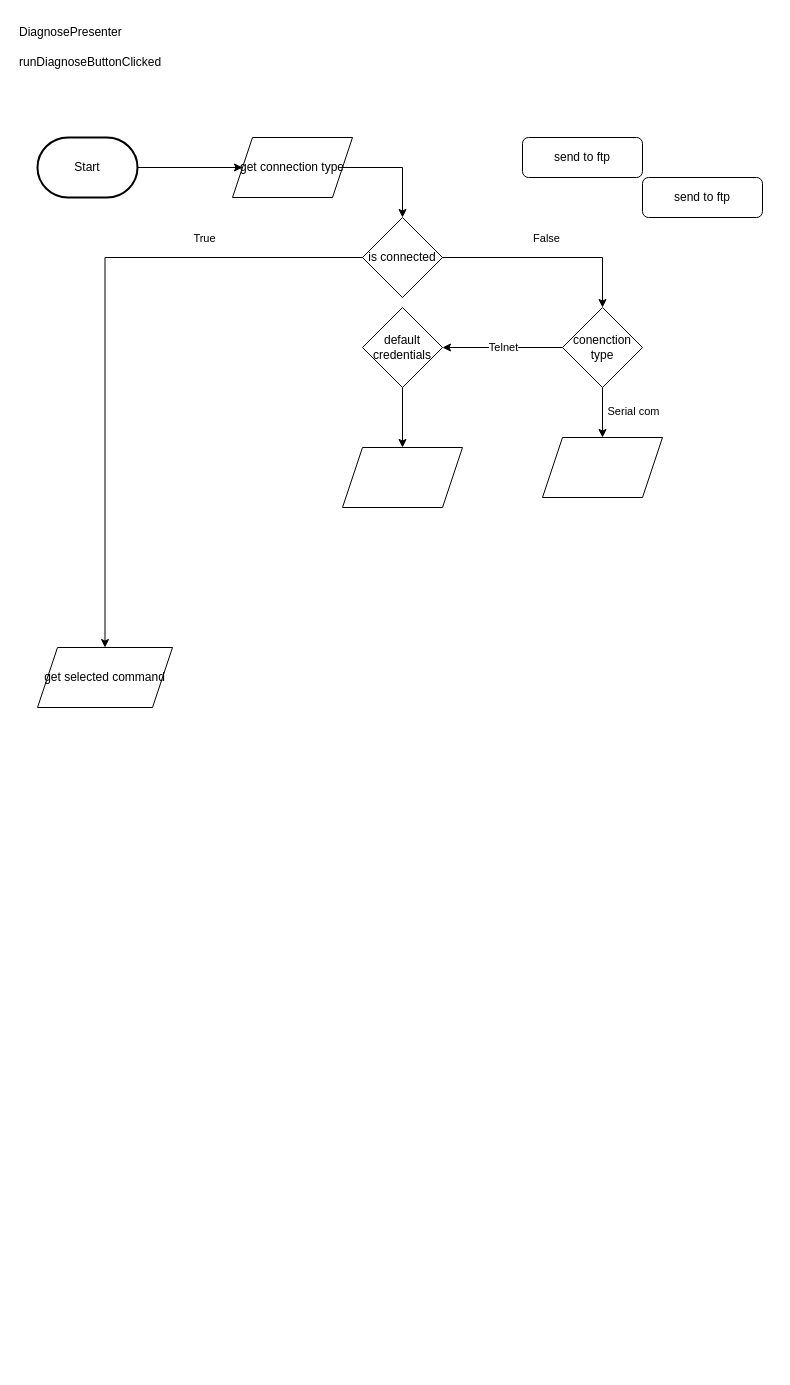
nicnike/Uml keeps this draw.io diagram as FlowChart/Diagnose/Diagnose.drawio. Above is the earlier version. Source tidied: cells renumbered, new cells numbered last; positions are measured from the earlier drawing's top-left corner, leaving out a move shared by most shapes. Both pictures are drawn from the tidied source at 100%, with x=0, y=0 at pixel (17, 17).
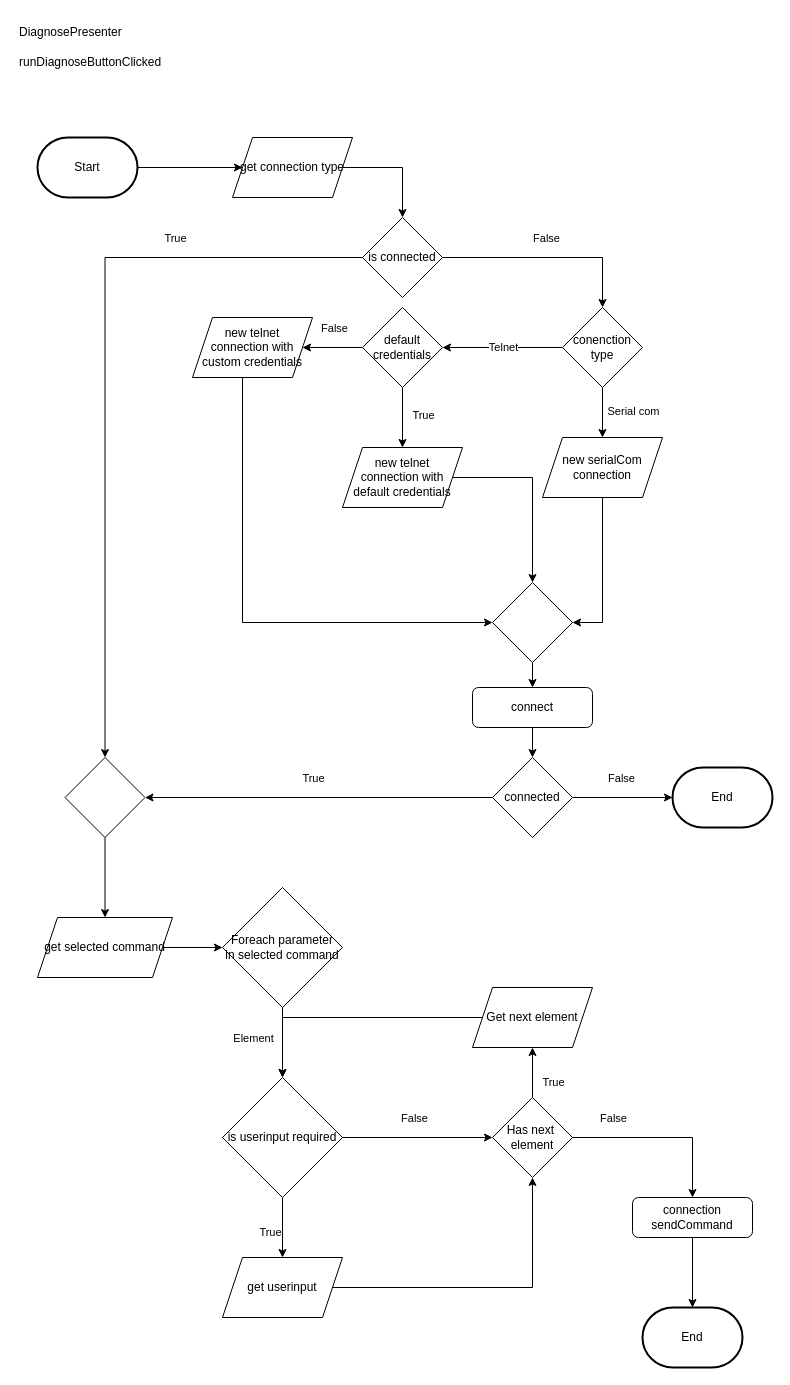
The same diagram, later.

Unchanged cells that the change refers to:
```xml
<mxCell id="12" value="is connected" style="rhombus;whiteSpace=wrap;html=1;" parent="1" vertex="1">
  <mxGeometry x="345" y="200" width="80" height="80" as="geometry" />
</mxCell>
<mxCell id="23" style="edgeStyle=orthogonalEdgeStyle;rounded=0;jettySize=auto;html=1;entryX=0.5;entryY=0;entryDx=0;entryDy=0;" parent="1" edge="1" source="24" target="21">
  <mxGeometry relative="1" as="geometry" />
</mxCell>
<mxCell id="24" value="default &lt;br&gt;credentials" style="rhombus;whiteSpace=wrap;html=1;" parent="1" vertex="1">
  <mxGeometry x="345" y="290" width="80" height="80" as="geometry" />
</mxCell>
```

The edit, as a diff of the source:
```diff
@@
-    <mxCell id="10" style="edgeStyle=orthogonalEdgeStyle;rounded=0;jettySize=auto;html=1;entryX=0.5;entryY=0;entryDx=0;entryDy=0;" parent="1" edge="1" source="12" target="14">
+    <mxCell id="10" style="edgeStyle=orthogonalEdgeStyle;rounded=0;jettySize=auto;html=1;entryX=0.5;entryY=0;entryDx=0;entryDy=0;" parent="1" edge="1" source="12" target="40">
       <mxGeometry relative="1" as="geometry" />
     </mxCell>
@@
+    <mxCell id="25" style="edgeStyle=orthogonalEdgeStyle;rounded=0;jettySize=auto;html=1;entryX=0.5;entryY=0;entryDx=0;entryDy=0;entryPerimeter=0;" parent="1" edge="1" source="13" target="62">
+      <mxGeometry relative="1" as="geometry" />
+    </mxCell>
-    <mxCell id="13" value="send to ftp" style="rounded=1;whiteSpace=wrap;html=1;fontSize=12;glass=0;strokeWidth=1;shadow=0;" parent="1" vertex="1">
-      <mxGeometry x="625" y="160" width="120" height="40" as="geometry" />
+    <mxCell id="13" value="connection sendCommand" style="rounded=1;whiteSpace=wrap;html=1;fontSize=12;glass=0;strokeWidth=1;shadow=0;" parent="1" vertex="1">
+      <mxGeometry x="615" y="1180" width="120" height="40" as="geometry" />
     </mxCell>
+    <mxCell id="26" style="edgeStyle=orthogonalEdgeStyle;rounded=0;jettySize=auto;html=1;entryX=0;entryY=0.5;entryDx=0;entryDy=0;" parent="1" edge="1" source="14" target="43">
+      <mxGeometry relative="1" as="geometry" />
+    </mxCell>
     <mxCell id="14" value="get selected command" style="shape=parallelogram;perimeter=parallelogramPerimeter;whiteSpace=wrap;html=1;fixedSize=1;" parent="1" vertex="1">
-      <mxGeometry x="20" y="630" width="135" height="60" as="geometry" />
+      <mxGeometry x="20" y="900" width="135" height="60" as="geometry" />
     </mxCell>
@@
+    <mxCell id="27" style="edgeStyle=orthogonalEdgeStyle;rounded=0;jettySize=auto;html=1;entryX=1;entryY=0.5;entryDx=0;entryDy=0;exitX=0;exitY=0.5;exitDx=0;exitDy=0;" parent="1" edge="1" source="58" target="40">
+      <mxGeometry relative="1" as="geometry" />
+    </mxCell>
+    <mxCell id="28" value="True" style="edgeLabel;html=1;align=center;verticalAlign=middle;" parent="27" vertex="1">
+      <mxGeometry x="0.02" y="-4" relative="1" as="geometry">
+        <mxPoint x="-3" y="-16" as="offset" />
+      </mxGeometry>
+    </mxCell>
+    <mxCell id="29" style="edgeStyle=orthogonalEdgeStyle;rounded=0;jettySize=auto;html=1;" parent="1" edge="1" source="20" target="58">
+      <mxGeometry relative="1" as="geometry" />
+    </mxCell>
-    <mxCell id="20" value="send to ftp" style="rounded=1;whiteSpace=wrap;html=1;fontSize=12;glass=0;strokeWidth=1;shadow=0;" parent="1" vertex="1">
-      <mxGeometry x="505" y="120" width="120" height="40" as="geometry" />
+    <mxCell id="20" value="connect" style="rounded=1;whiteSpace=wrap;html=1;fontSize=12;glass=0;strokeWidth=1;shadow=0;" parent="1" vertex="1">
+      <mxGeometry x="455" y="670" width="120" height="40" as="geometry" />
     </mxCell>
+    <mxCell id="30" style="edgeStyle=orthogonalEdgeStyle;rounded=0;jettySize=auto;html=1;entryX=0.5;entryY=0;entryDx=0;entryDy=0;" parent="1" edge="1" source="21" target="38">
+      <mxGeometry relative="1" as="geometry" />
+    </mxCell>
-    <mxCell id="21" style="shape=parallelogram;perimeter=parallelogramPerimeter;whiteSpace=wrap;html=1;fixedSize=1;" parent="1" vertex="1">
+    <mxCell id="21" value="&lt;div&gt;new telnet&lt;/div&gt;&lt;div&gt;connection with &lt;br&gt;&lt;/div&gt;&lt;div&gt;default credentials&lt;br&gt;&lt;/div&gt;" style="shape=parallelogram;perimeter=parallelogramPerimeter;whiteSpace=wrap;html=1;fixedSize=1;" parent="1" vertex="1">
       <mxGeometry x="325" y="430" width="120" height="60" as="geometry" />
     </mxCell>
+    <mxCell id="31" style="edgeStyle=orthogonalEdgeStyle;rounded=0;jettySize=auto;html=1;entryX=1;entryY=0.5;entryDx=0;entryDy=0;exitX=0.5;exitY=1;exitDx=0;exitDy=0;" parent="1" edge="1" source="22" target="38">
+      <mxGeometry relative="1" as="geometry" />
+    </mxCell>
-    <mxCell id="22" style="shape=parallelogram;perimeter=parallelogramPerimeter;whiteSpace=wrap;html=1;fixedSize=1;" parent="1" vertex="1">
+    <mxCell id="22" value="&lt;div&gt;new serialCom&lt;/div&gt;&lt;div&gt;connection&lt;br&gt;&lt;/div&gt;" style="shape=parallelogram;perimeter=parallelogramPerimeter;whiteSpace=wrap;html=1;fixedSize=1;" parent="1" vertex="1">
       <mxGeometry x="525" y="420" width="120" height="60" as="geometry" />
     </mxCell>
@@
+    <mxCell id="32" value="True" style="edgeLabel;html=1;align=center;verticalAlign=middle;" parent="23" vertex="1">
+      <mxGeometry x="-0.1" relative="1" as="geometry">
+        <mxPoint x="20" as="offset" />
+      </mxGeometry>
+    </mxCell>
+    <mxCell id="33" style="edgeStyle=orthogonalEdgeStyle;rounded=0;jettySize=auto;html=1;entryX=1;entryY=0.5;entryDx=0;entryDy=0;" parent="1" edge="1" source="24" target="36">
+      <mxGeometry relative="1" as="geometry" />
+    </mxCell>
+    <mxCell id="34" value="False" style="edgeLabel;html=1;align=center;verticalAlign=middle;" parent="33" vertex="1">
+      <mxGeometry x="-0.03" y="1" relative="1" as="geometry">
+        <mxPoint y="-21" as="offset" />
+      </mxGeometry>
+    </mxCell>
@@
+    <mxCell id="35" style="edgeStyle=orthogonalEdgeStyle;rounded=0;jettySize=auto;html=1;entryX=0;entryY=0.5;entryDx=0;entryDy=0;" parent="1" edge="1" source="36" target="38">
+      <mxGeometry relative="1" as="geometry">
+        <Array as="points">
+          <mxPoint x="225" y="605" />
+        </Array>
+      </mxGeometry>
+    </mxCell>
+    <mxCell id="36" value="&lt;div&gt;new telnet&lt;/div&gt;&lt;div&gt;connection with &lt;br&gt;&lt;/div&gt;&lt;div&gt;custom credentials&lt;br&gt;&lt;/div&gt;" style="shape=parallelogram;perimeter=parallelogramPerimeter;whiteSpace=wrap;html=1;fixedSize=1;" parent="1" vertex="1">
+      <mxGeometry x="175" y="300" width="120" height="60" as="geometry" />
+    </mxCell>
+    <mxCell id="37" style="edgeStyle=orthogonalEdgeStyle;rounded=0;jettySize=auto;html=1;entryX=0.5;entryY=0;entryDx=0;entryDy=0;" parent="1" edge="1" source="38" target="20">
+      <mxGeometry relative="1" as="geometry" />
+    </mxCell>
+    <mxCell id="38" style="rhombus;whiteSpace=wrap;html=1;" parent="1" vertex="1">
+      <mxGeometry x="475" y="565" width="80" height="80" as="geometry" />
+    </mxCell>
+    <mxCell id="39" style="edgeStyle=orthogonalEdgeStyle;rounded=0;jettySize=auto;html=1;entryX=0.5;entryY=0;entryDx=0;entryDy=0;" parent="1" edge="1" source="40" target="14">
+      <mxGeometry relative="1" as="geometry" />
+    </mxCell>
+    <mxCell id="40" style="rhombus;whiteSpace=wrap;html=1;" parent="1" vertex="1">
+      <mxGeometry x="47.5" y="740" width="80" height="80" as="geometry" />
+    </mxCell>
+    <mxCell id="41" style="edgeStyle=orthogonalEdgeStyle;rounded=0;jettySize=auto;html=1;entryX=0.5;entryY=0;entryDx=0;entryDy=0;" parent="1" edge="1" source="43" target="48">
+      <mxGeometry relative="1" as="geometry" />
+    </mxCell>
+    <mxCell id="42" value="Element" style="edgeLabel;html=1;align=center;verticalAlign=middle;" parent="41" vertex="1">
+      <mxGeometry x="-0.13" y="-2" relative="1" as="geometry">
+        <mxPoint x="-28" as="offset" />
+      </mxGeometry>
+    </mxCell>
+    <mxCell id="43" value="Foreach parameter&lt;br&gt;in selected command" style="rhombus;whiteSpace=wrap;html=1;" parent="1" vertex="1">
+      <mxGeometry x="205" y="870" width="120" height="120" as="geometry" />
+    </mxCell>
+    <mxCell id="44" style="edgeStyle=orthogonalEdgeStyle;rounded=0;jettySize=auto;html=1;exitX=0.5;exitY=1;exitDx=0;exitDy=0;entryX=0.5;entryY=0;entryDx=0;entryDy=0;" parent="1" edge="1" source="48" target="61">
+      <mxGeometry relative="1" as="geometry" />
+    </mxCell>
+    <mxCell id="45" value="True" style="edgeLabel;html=1;align=center;verticalAlign=middle;" parent="44" vertex="1">
+      <mxGeometry x="-0.13" y="-2" relative="1" as="geometry">
+        <mxPoint x="-11" y="8" as="offset" />
+      </mxGeometry>
+    </mxCell>
+    <mxCell id="46" style="edgeStyle=orthogonalEdgeStyle;rounded=0;jettySize=auto;html=1;entryX=0;entryY=0.5;entryDx=0;entryDy=0;" parent="1" edge="1" source="48" target="53">
+      <mxGeometry relative="1" as="geometry" />
+    </mxCell>
+    <mxCell id="47" value="False" style="edgeLabel;html=1;align=center;verticalAlign=middle;" parent="46" vertex="1">
+      <mxGeometry x="-0.05" y="3" relative="1" as="geometry">
+        <mxPoint y="-17" as="offset" />
+      </mxGeometry>
+    </mxCell>
+    <mxCell id="48" value="is userinput required" style="rhombus;whiteSpace=wrap;html=1;" parent="1" vertex="1">
+      <mxGeometry x="205" y="1060" width="120" height="120" as="geometry" />
+    </mxCell>
+    <mxCell id="49" style="edgeStyle=orthogonalEdgeStyle;rounded=0;jettySize=auto;html=1;entryX=0.5;entryY=1;entryDx=0;entryDy=0;" parent="1" edge="1" source="53" target="55">
+      <mxGeometry relative="1" as="geometry">
+        <Array as="points">
+          <mxPoint x="515" y="1140" />
+          <mxPoint x="515" y="1140" />
+        </Array>
+      </mxGeometry>
+    </mxCell>
+    <mxCell id="50" value="True" style="edgeLabel;html=1;align=center;verticalAlign=middle;" parent="49" vertex="1">
+      <mxGeometry x="0.09" y="2" relative="1" as="geometry">
+        <mxPoint x="22" y="11" as="offset" />
+      </mxGeometry>
+    </mxCell>
+    <mxCell id="51" style="edgeStyle=orthogonalEdgeStyle;rounded=0;jettySize=auto;html=1;entryX=0.5;entryY=0;entryDx=0;entryDy=0;" parent="1" edge="1" source="53" target="13">
+      <mxGeometry relative="1" as="geometry" />
+    </mxCell>
+    <mxCell id="52" value="False" style="edgeLabel;html=1;align=center;verticalAlign=middle;" parent="51" vertex="1">
+      <mxGeometry x="-0.51" y="-1" relative="1" as="geometry">
+        <mxPoint x="-4" y="-21" as="offset" />
+      </mxGeometry>
+    </mxCell>
+    <mxCell id="53" value="&lt;div&gt;Has next&amp;nbsp;&lt;/div&gt;&lt;div&gt;element&lt;/div&gt;" style="rhombus;whiteSpace=wrap;html=1;" parent="1" vertex="1">
+      <mxGeometry x="475" y="1080" width="80" height="80" as="geometry" />
+    </mxCell>
+    <mxCell id="54" style="edgeStyle=orthogonalEdgeStyle;rounded=0;jettySize=auto;html=1;entryX=0.5;entryY=0;entryDx=0;entryDy=0;exitX=0;exitY=0.5;exitDx=0;exitDy=0;" parent="1" edge="1" source="55" target="48">
+      <mxGeometry relative="1" as="geometry">
+        <Array as="points">
+          <mxPoint x="465" y="1000" />
+          <mxPoint x="265" y="1000" />
+        </Array>
+      </mxGeometry>
+    </mxCell>
+    <mxCell id="55" value="Get next element" style="shape=parallelogram;perimeter=parallelogramPerimeter;whiteSpace=wrap;html=1;fixedSize=1;" parent="1" vertex="1">
+      <mxGeometry x="455" y="970" width="120" height="60" as="geometry" />
+    </mxCell>
+    <mxCell id="56" style="edgeStyle=orthogonalEdgeStyle;rounded=0;jettySize=auto;html=1;entryX=0;entryY=0.5;entryDx=0;entryDy=0;entryPerimeter=0;" parent="1" edge="1" source="58" target="59">
+      <mxGeometry relative="1" as="geometry" />
+    </mxCell>
+    <mxCell id="57" value="False" style="edgeLabel;html=1;align=center;verticalAlign=middle;" parent="56" vertex="1">
+      <mxGeometry x="-0.04" y="1" relative="1" as="geometry">
+        <mxPoint y="-19" as="offset" />
+      </mxGeometry>
+    </mxCell>
+    <mxCell id="58" value="connected" style="rhombus;whiteSpace=wrap;html=1;" parent="1" vertex="1">
+      <mxGeometry x="475" y="740" width="80" height="80" as="geometry" />
+    </mxCell>
+    <mxCell id="59" value="End" style="strokeWidth=2;html=1;shape=mxgraph.flowchart.terminator;whiteSpace=wrap;" parent="1" vertex="1">
+      <mxGeometry x="655" y="750" width="100" height="60" as="geometry" />
+    </mxCell>
+    <mxCell id="60" style="edgeStyle=orthogonalEdgeStyle;rounded=0;jettySize=auto;html=1;entryX=0.5;entryY=1;entryDx=0;entryDy=0;" parent="1" edge="1" source="61" target="53">
+      <mxGeometry relative="1" as="geometry" />
+    </mxCell>
+    <mxCell id="61" value="get userinput" style="shape=parallelogram;perimeter=parallelogramPerimeter;whiteSpace=wrap;html=1;fixedSize=1;" parent="1" vertex="1">
+      <mxGeometry x="205" y="1240" width="120" height="60" as="geometry" />
+    </mxCell>
+    <mxCell id="62" value="End" style="strokeWidth=2;html=1;shape=mxgraph.flowchart.terminator;whiteSpace=wrap;" parent="1" vertex="1">
+      <mxGeometry x="625" y="1290" width="100" height="60" as="geometry" />
+    </mxCell>
```
